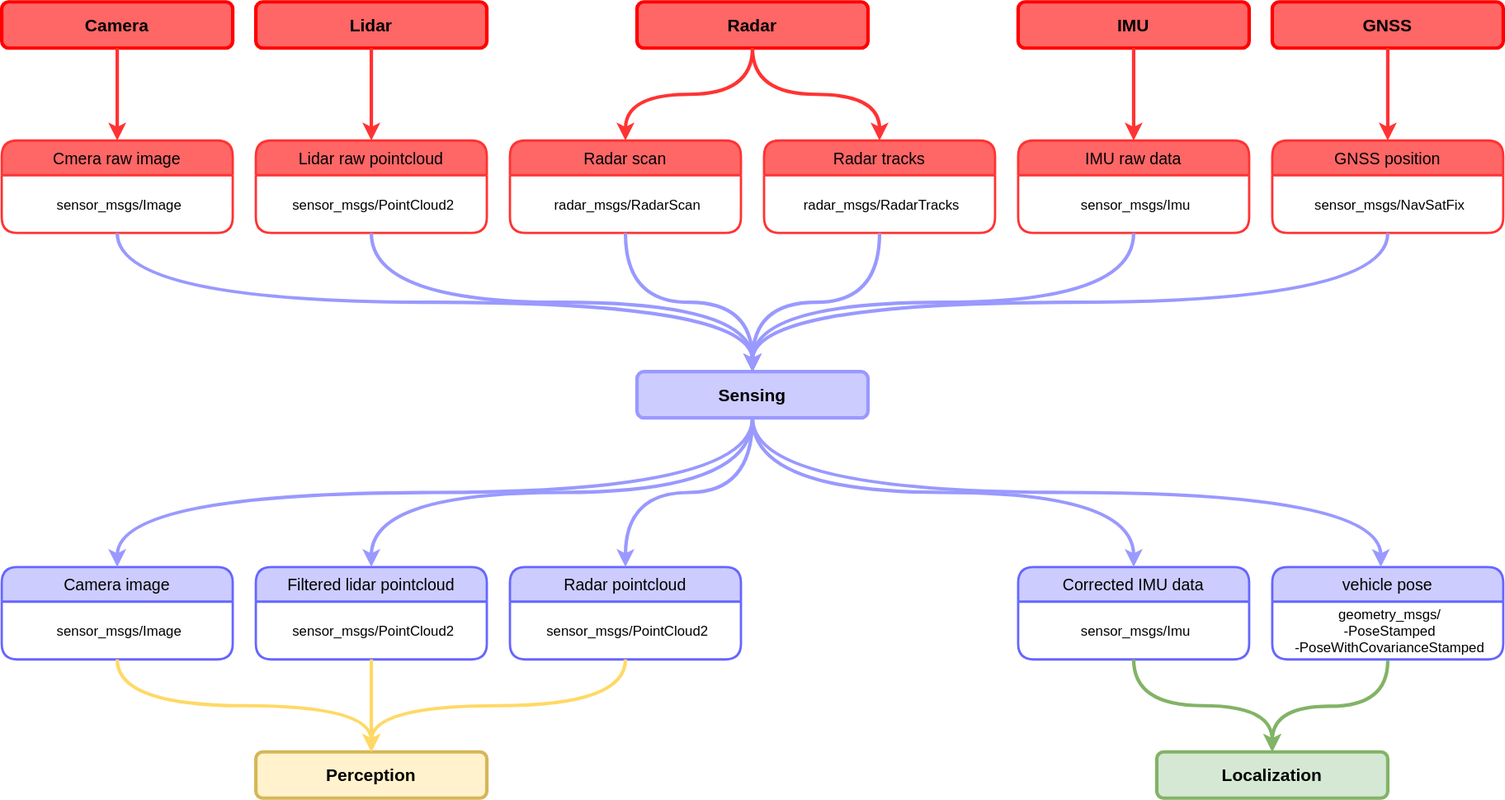
Earlier version of the draw.io export docs/design/autoware-interfaces/components/images/Sensing-Bus-ODD-Architecture.drawio.svg (autowarefoundation/autoware-documentation). Source tidied: cells renumbered, new cells last; positions are measured from the earlier drawing's top-left corner, leaving out a move shared by most shapes.
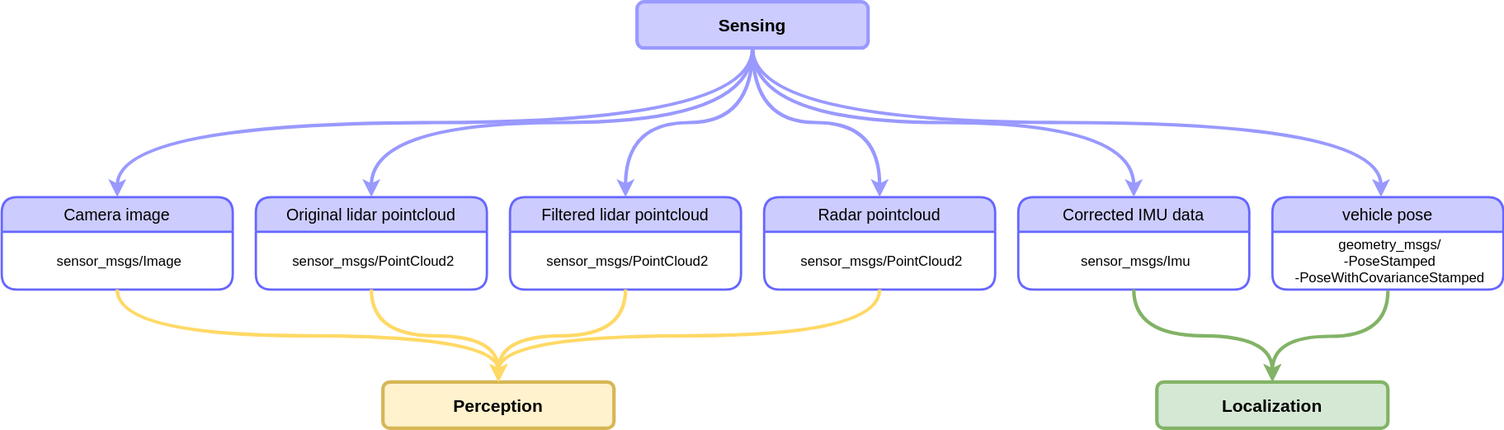
The same diagram one commit later.

Commit message:
docs(design/autoware-interfaces): delete input topics

The edit, as a diff of the source:
```diff
@@ -5,43 +5,7 @@
     <mxCell id="2" value="Sensing" style="rounded=1;whiteSpace=wrap;html=1;fontSize=15;fontStyle=1;strokeColor=#9999FF;strokeWidth=3;fillColor=#CCCCFF;" parent="1" vertex="1">
       <mxGeometry x="550" y="320" width="200" height="40" as="geometry" />
     </mxCell>
-    <mxCell id="3" value="Radar" style="rounded=1;whiteSpace=wrap;html=1;fontSize=15;fontStyle=1;strokeColor=#FF0000;strokeWidth=3;fillColor=#FF6666;" parent="1" vertex="1">
-      <mxGeometry x="550" width="200" height="40" as="geometry" />
-    </mxCell>
-    <mxCell id="4" value="IMU" style="rounded=1;whiteSpace=wrap;html=1;fontSize=15;fontStyle=1;strokeColor=#FF0000;strokeWidth=3;fillColor=#FF6666;" parent="1" vertex="1">
-      <mxGeometry x="880" width="200" height="40" as="geometry" />
-    </mxCell>
-    <mxCell id="5" value="GNSS" style="rounded=1;whiteSpace=wrap;html=1;fontSize=15;fontStyle=1;strokeColor=#FF0000;strokeWidth=3;fillColor=#FF6666;" parent="1" vertex="1">
-      <mxGeometry x="1100" width="200" height="40" as="geometry" />
-    </mxCell>
-    <mxCell id="6" value="Radar tracks" style="swimlane;horizontal=1;startSize=30;rounded=1;fontSize=14;fontStyle=0;strokeWidth=2;shadow=0;dashed=0;align=center;fillColor=#FF6666;strokeColor=#FF3333;" parent="1" vertex="1">
-      <mxGeometry x="660" y="120" width="200" height="80" as="geometry" />
-    </mxCell>
-    <mxCell id="7" value="radar_msgs/RadarTracks" style="align=center;strokeColor=none;fillColor=none;spacingLeft=4;fontSize=12;verticalAlign=middle;" parent="6" vertex="1">
-      <mxGeometry y="30" width="200" height="50" as="geometry" />
-    </mxCell>
-    <mxCell id="8" style="edgeStyle=orthogonalEdgeStyle;curved=1;jettySize=auto;html=1;entryX=0.5;entryY=0;entryDx=0;entryDy=0;fontSize=15;strokeWidth=3;exitX=0.5;exitY=1;exitDx=0;exitDy=0;fillColor=#b0e3e6;strokeColor=#FF3333;" parent="1" edge="1" source="3" target="6">
-      <mxGeometry relative="1" as="geometry" />
-    </mxCell>
-    <mxCell id="9" value="IMU raw data" style="swimlane;horizontal=1;startSize=30;rounded=1;fontSize=14;fontStyle=0;strokeWidth=2;shadow=0;dashed=0;align=center;fillColor=#FF6666;strokeColor=#FF3333;" parent="1" vertex="1">
-      <mxGeometry x="880" y="120" width="200" height="80" as="geometry" />
-    </mxCell>
-    <mxCell id="10" value="sensor_msgs/Imu" style="align=center;strokeColor=none;fillColor=none;spacingLeft=4;fontSize=12;verticalAlign=middle;" parent="9" vertex="1">
-      <mxGeometry y="30" width="200" height="50" as="geometry" />
-    </mxCell>
-    <mxCell id="11" style="edgeStyle=orthogonalEdgeStyle;curved=1;jettySize=auto;html=1;entryX=0.5;entryY=0;entryDx=0;entryDy=0;fontSize=15;strokeWidth=3;fillColor=#b0e3e6;strokeColor=#FF3333;exitX=0.5;exitY=1;exitDx=0;exitDy=0;" parent="1" edge="1" source="4" target="9">
-      <mxGeometry relative="1" as="geometry" />
-    </mxCell>
-    <mxCell id="12" value="GNSS position" style="swimlane;horizontal=1;startSize=30;rounded=1;fontSize=14;fontStyle=0;strokeWidth=2;shadow=0;dashed=0;align=center;fillColor=#FF6666;strokeColor=#FF3333;" parent="1" vertex="1">
-      <mxGeometry x="1100" y="120" width="200" height="80" as="geometry" />
-    </mxCell>
-    <mxCell id="13" value="sensor_msgs/NavSatFix" style="align=center;strokeColor=none;fillColor=none;spacingLeft=4;fontSize=12;verticalAlign=middle;" parent="12" vertex="1">
-      <mxGeometry y="30" width="200" height="50" as="geometry" />
-    </mxCell>
-    <mxCell id="14" style="edgeStyle=orthogonalEdgeStyle;curved=1;jettySize=auto;html=1;entryX=0.5;entryY=0;entryDx=0;entryDy=0;fontSize=15;strokeWidth=3;fillColor=#b0e3e6;strokeColor=#FF3333;exitX=0.5;exitY=1;exitDx=0;exitDy=0;" parent="1" edge="1" source="5" target="12">
-      <mxGeometry relative="1" as="geometry" />
-    </mxCell>
-    <mxCell id="15" value="Filtered lidar pointcloud" style="swimlane;horizontal=1;startSize=30;rounded=1;fontSize=14;fontStyle=0;strokeWidth=2;shadow=0;dashed=0;align=center;fillColor=#CCCCFF;strokeColor=#6666FF;" parent="1" vertex="1">
+    <mxCell id="15" value="Original lidar pointcloud" style="swimlane;horizontal=1;startSize=30;rounded=1;fontSize=14;fontStyle=0;strokeWidth=2;shadow=0;dashed=0;align=center;fillColor=#CCCCFF;strokeColor=#6666FF;" parent="1" vertex="1">
       <mxGeometry x="220" y="489" width="200" height="80" as="geometry" />
     </mxCell>
     <mxCell id="16" value="sensor_msgs/PointCloud2" style="align=center;strokeColor=none;fillColor=none;spacingLeft=4;fontSize=12;verticalAlign=middle;" parent="15" vertex="1">
@@ -51,49 +15,11 @@
       <mxGeometry relative="1" as="geometry" />
     </mxCell>
     <mxCell id="18" value="Radar pointcloud" style="swimlane;horizontal=1;startSize=30;rounded=1;fontSize=14;fontStyle=0;strokeWidth=2;shadow=0;dashed=0;align=center;fillColor=#CCCCFF;strokeColor=#6666FF;" parent="1" vertex="1">
-      <mxGeometry x="440" y="489" width="200" height="80" as="geometry" />
+      <mxGeometry x="660" y="489" width="200" height="80" as="geometry" />
     </mxCell>
     <mxCell id="19" value="sensor_msgs/PointCloud2" style="align=center;strokeColor=none;fillColor=none;spacingLeft=4;fontSize=12;verticalAlign=middle;" parent="18" vertex="1">
       <mxGeometry y="30" width="200" height="50" as="geometry" />
     </mxCell>
-    <mxCell id="20" value="Lidar" style="rounded=1;whiteSpace=wrap;html=1;fontSize=15;fontStyle=1;strokeColor=#FF0000;strokeWidth=3;fillColor=#FF6666;" parent="1" vertex="1">
-      <mxGeometry x="220" width="200" height="40" as="geometry" />
-    </mxCell>
-    <mxCell id="21" value="Lidar raw pointcloud" style="swimlane;horizontal=1;startSize=30;rounded=1;fontSize=14;fontStyle=0;strokeWidth=2;shadow=0;dashed=0;align=center;fillColor=#FF6666;strokeColor=#FF3333;" parent="1" vertex="1">
-      <mxGeometry x="220" y="120" width="200" height="80" as="geometry" />
-    </mxCell>
-    <mxCell id="22" value="sensor_msgs/PointCloud2" style="align=center;strokeColor=none;fillColor=none;spacingLeft=4;fontSize=12;verticalAlign=middle;" parent="21" vertex="1">
-      <mxGeometry y="30" width="200" height="50" as="geometry" />
-    </mxCell>
-    <mxCell id="23" style="edgeStyle=orthogonalEdgeStyle;curved=1;jettySize=auto;html=1;entryX=0.5;entryY=0;entryDx=0;entryDy=0;fontSize=15;strokeWidth=3;exitX=0.5;exitY=1;exitDx=0;exitDy=0;fillColor=#b0e3e6;strokeColor=#FF3333;" parent="1" edge="1" source="20" target="21">
-      <mxGeometry relative="1" as="geometry" />
-    </mxCell>
-    <mxCell id="24" value="Radar scan" style="swimlane;horizontal=1;startSize=30;rounded=1;fontSize=14;fontStyle=0;strokeWidth=2;shadow=0;dashed=0;align=center;fillColor=#FF6666;strokeColor=#FF3333;" parent="1" vertex="1">
-      <mxGeometry x="440" y="120" width="200" height="80" as="geometry" />
-    </mxCell>
-    <mxCell id="25" value="radar_msgs/RadarScan" style="align=center;strokeColor=none;fillColor=none;spacingLeft=4;fontSize=12;verticalAlign=middle;" parent="24" vertex="1">
-      <mxGeometry y="30" width="200" height="50" as="geometry" />
-    </mxCell>
-    <mxCell id="26" style="edgeStyle=orthogonalEdgeStyle;curved=1;jettySize=auto;html=1;entryX=0.5;entryY=0;entryDx=0;entryDy=0;fontSize=15;strokeWidth=3;fillColor=#b0e3e6;strokeColor=#FF3333;exitX=0.5;exitY=1;exitDx=0;exitDy=0;" parent="1" edge="1" source="3" target="24">
-      <mxGeometry x="-0.17" y="-300" relative="1" as="geometry" />
-    </mxCell>
-    <mxCell id="27" style="edgeStyle=orthogonalEdgeStyle;curved=1;jettySize=auto;html=1;entryX=0.5;entryY=0;entryDx=0;entryDy=0;fontSize=15;strokeWidth=3;exitX=0.5;exitY=1;exitDx=0;exitDy=0;fillColor=#b0e3e6;strokeColor=#9999FF;" parent="1" edge="1" source="22" target="2">
-      <mxGeometry x="1" y="102" relative="1" as="geometry">
-        <mxPoint x="-82" y="100" as="offset" />
-      </mxGeometry>
-    </mxCell>
-    <mxCell id="28" style="edgeStyle=orthogonalEdgeStyle;curved=1;jettySize=auto;html=1;entryX=0.5;entryY=0;entryDx=0;entryDy=0;fontSize=15;strokeWidth=3;exitX=0.5;exitY=1;exitDx=0;exitDy=0;fillColor=#b0e3e6;strokeColor=#9999FF;" parent="1" edge="1" source="13" target="2">
-      <mxGeometry relative="1" as="geometry" />
-    </mxCell>
-    <mxCell id="29" style="edgeStyle=orthogonalEdgeStyle;curved=1;jettySize=auto;html=1;fontSize=15;strokeWidth=3;fillColor=#b0e3e6;strokeColor=#9999FF;exitX=0.5;exitY=1;exitDx=0;exitDy=0;entryX=0.5;entryY=0;entryDx=0;entryDy=0;" parent="1" edge="1" source="10" target="2">
-      <mxGeometry relative="1" as="geometry" />
-    </mxCell>
-    <mxCell id="30" style="edgeStyle=orthogonalEdgeStyle;curved=1;jettySize=auto;html=1;fontSize=15;strokeWidth=3;exitX=0.5;exitY=1;exitDx=0;exitDy=0;fillColor=#b0e3e6;strokeColor=#9999FF;" parent="1" edge="1" source="7" target="2">
-      <mxGeometry relative="1" as="geometry" />
-    </mxCell>
-    <mxCell id="31" style="edgeStyle=orthogonalEdgeStyle;curved=1;jettySize=auto;html=1;entryX=0.5;entryY=0;entryDx=0;entryDy=0;fontSize=15;strokeWidth=3;exitX=0.5;exitY=1;exitDx=0;exitDy=0;fillColor=#b0e3e6;strokeColor=#9999FF;" parent="1" edge="1" source="25" target="2">
-      <mxGeometry relative="1" as="geometry" />
-    </mxCell>
     <mxCell id="32" value="Corrected IMU data" style="swimlane;horizontal=1;startSize=30;rounded=1;fontSize=14;fontStyle=0;strokeWidth=2;shadow=0;dashed=0;align=center;fillColor=#CCCCFF;strokeColor=#6666FF;" parent="1" vertex="1">
       <mxGeometry x="880" y="489" width="200" height="80" as="geometry" />
     </mxCell>
@@ -119,7 +45,7 @@
       <mxGeometry x="1000" y="649" width="200" height="40" as="geometry" />
     </mxCell>
     <mxCell id="40" value="Perception" style="rounded=1;whiteSpace=wrap;html=1;fillColor=#fff2cc;strokeColor=#d6b656;fontSize=15;fontStyle=1;strokeWidth=3;" parent="1" vertex="1">
-      <mxGeometry x="220" y="649" width="200" height="40" as="geometry" />
+      <mxGeometry x="330" y="649" width="200" height="40" as="geometry" />
     </mxCell>
     <mxCell id="41" style="edgeStyle=orthogonalEdgeStyle;curved=1;jettySize=auto;html=1;fontSize=15;strokeWidth=3;fillColor=#FFD966;strokeColor=#FFD966;exitX=0.5;exitY=1;exitDx=0;exitDy=0;entryX=0.5;entryY=0;entryDx=0;entryDy=0;" parent="1" edge="1" source="16" target="40">
       <mxGeometry relative="1" as="geometry" />
@@ -135,23 +61,6 @@
     <mxCell id="44" style="edgeStyle=orthogonalEdgeStyle;curved=1;jettySize=auto;html=1;entryX=0.5;entryY=0;entryDx=0;entryDy=0;fontSize=15;strokeWidth=3;fillColor=#d5e8d4;strokeColor=#82b366;exitX=0.5;exitY=1;exitDx=0;exitDy=0;" parent="1" edge="1" source="33" target="39">
       <mxGeometry relative="1" as="geometry" />
     </mxCell>
-    <mxCell id="45" value="Camera" style="rounded=1;whiteSpace=wrap;html=1;fontSize=15;fontStyle=1;strokeColor=#FF0000;strokeWidth=3;fillColor=#FF6666;" parent="1" vertex="1">
-      <mxGeometry width="200" height="40" as="geometry" />
-    </mxCell>
-    <mxCell id="46" value="Cmera raw image" style="swimlane;horizontal=1;startSize=30;rounded=1;fontSize=14;fontStyle=0;strokeWidth=2;shadow=0;dashed=0;align=center;fillColor=#FF6666;strokeColor=#FF3333;" parent="1" vertex="1">
-      <mxGeometry y="120" width="200" height="80" as="geometry" />
-    </mxCell>
-    <mxCell id="47" value="sensor_msgs/Image" style="align=center;strokeColor=none;fillColor=none;spacingLeft=4;fontSize=12;verticalAlign=middle;" parent="46" vertex="1">
-      <mxGeometry y="30" width="200" height="50" as="geometry" />
-    </mxCell>
-    <mxCell id="48" style="edgeStyle=orthogonalEdgeStyle;curved=1;jettySize=auto;html=1;entryX=0.5;entryY=0;entryDx=0;entryDy=0;fontSize=15;strokeWidth=3;fillColor=#b0e3e6;strokeColor=#FF3333;exitX=0.5;exitY=1;exitDx=0;exitDy=0;" parent="1" edge="1" source="45" target="46">
-      <mxGeometry relative="1" as="geometry" />
-    </mxCell>
-    <mxCell id="49" style="edgeStyle=orthogonalEdgeStyle;curved=1;jettySize=auto;html=1;entryX=0.5;entryY=0;entryDx=0;entryDy=0;fontSize=15;strokeWidth=3;exitX=0.5;exitY=1;exitDx=0;exitDy=0;fillColor=#b0e3e6;strokeColor=#9999FF;" parent="1" edge="1" source="47" target="2">
-      <mxGeometry x="1" y="102" relative="1" as="geometry">
-        <mxPoint x="-82" y="100" as="offset" />
-      </mxGeometry>
-    </mxCell>
     <mxCell id="50" value="Camera image" style="swimlane;horizontal=1;startSize=30;rounded=1;fontSize=14;fontStyle=0;strokeWidth=2;shadow=0;dashed=0;align=center;fillColor=#CCCCFF;strokeColor=#6666FF;" parent="1" vertex="1">
       <mxGeometry y="489" width="200" height="80" as="geometry" />
     </mxCell>
@@ -164,5 +73,17 @@
     <mxCell id="53" style="edgeStyle=orthogonalEdgeStyle;curved=1;jettySize=auto;html=1;fontSize=15;strokeWidth=3;fillColor=#FFD966;strokeColor=#FFD966;exitX=0.5;exitY=1;exitDx=0;exitDy=0;" parent="1" edge="1" source="51" target="40">
       <mxGeometry relative="1" as="geometry" />
     </mxCell>
+    <mxCell id="54" value="Filtered lidar pointcloud" style="swimlane;horizontal=1;startSize=30;rounded=1;fontSize=14;fontStyle=0;strokeWidth=2;shadow=0;dashed=0;align=center;fillColor=#CCCCFF;strokeColor=#6666FF;" parent="1" vertex="1">
+      <mxGeometry x="440" y="489" width="200" height="80" as="geometry" />
+    </mxCell>
+    <mxCell id="22" value="sensor_msgs/PointCloud2" style="align=center;strokeColor=none;fillColor=none;spacingLeft=4;fontSize=12;verticalAlign=middle;" parent="54" vertex="1">
+      <mxGeometry y="30" width="200" height="50" as="geometry" />
+    </mxCell>
+    <mxCell id="55" style="edgeStyle=orthogonalEdgeStyle;curved=1;jettySize=auto;html=1;fontSize=15;strokeWidth=3;fillColor=#FFD966;strokeColor=#FFD966;exitX=0.5;exitY=1;exitDx=0;exitDy=0;entryX=0.5;entryY=0;entryDx=0;entryDy=0;" parent="1" edge="1" source="22" target="40">
+      <mxGeometry relative="1" as="geometry" />
+    </mxCell>
+    <mxCell id="56" style="edgeStyle=orthogonalEdgeStyle;curved=1;jettySize=auto;html=1;entryX=0.5;entryY=0;entryDx=0;entryDy=0;fontSize=15;strokeWidth=3;fillColor=#b0e3e6;strokeColor=#9999FF;exitX=0.5;exitY=1;exitDx=0;exitDy=0;" parent="1" edge="1" source="2" target="54">
+      <mxGeometry relative="1" as="geometry" />
+    </mxCell>
   </root>
 </mxGraphModel>
```
